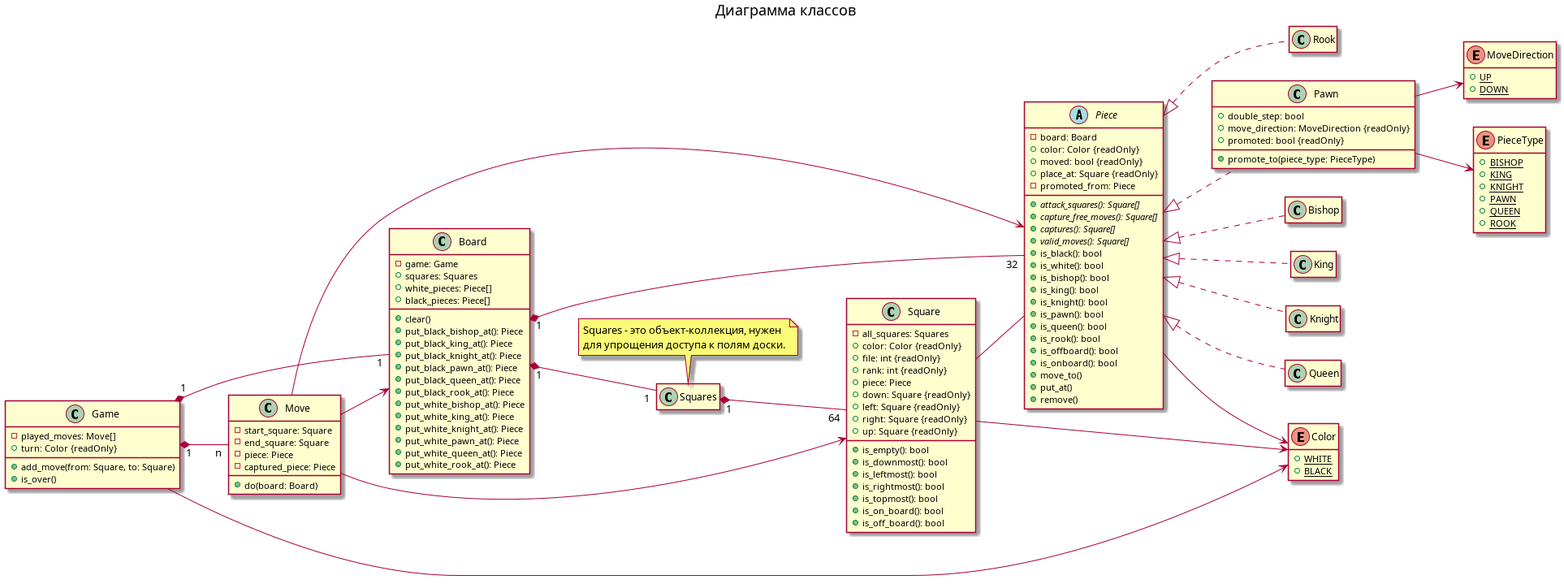
The PlantUML diagram docs/chess.png in jaeshaed/531-chess, before a commit. Its source is kept beside it as docs/chess.puml.
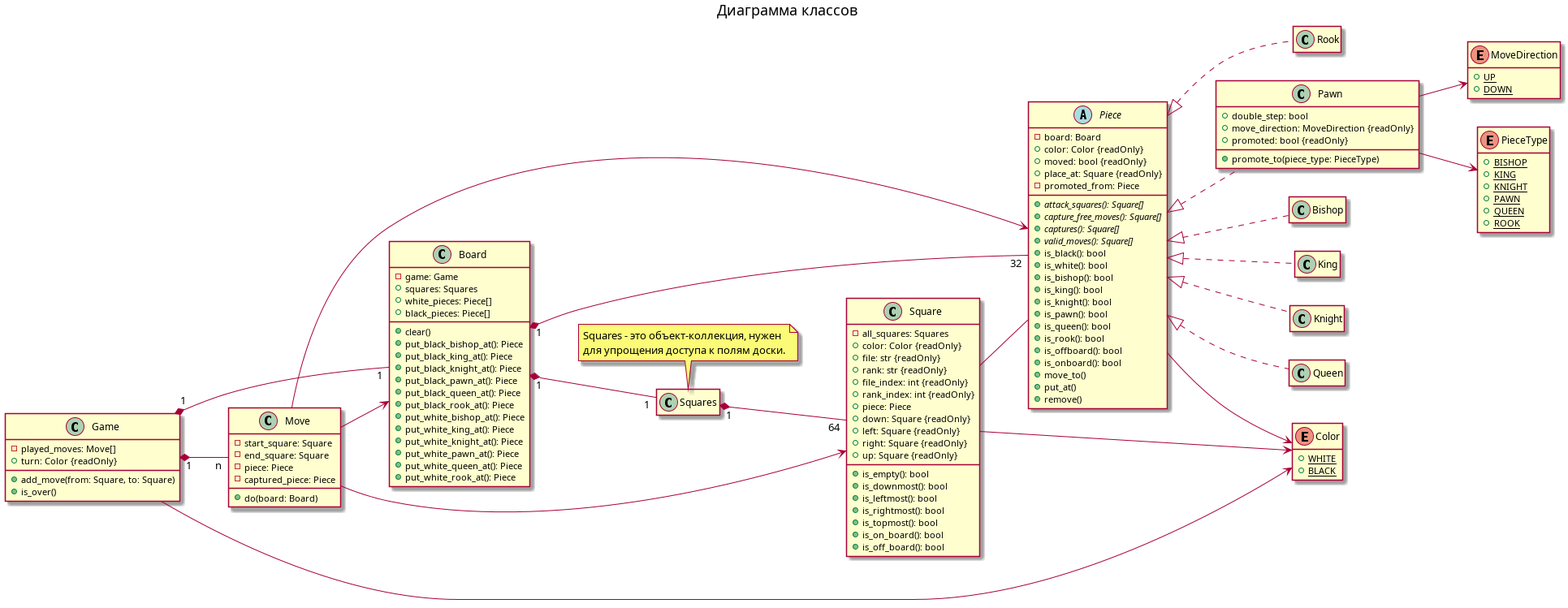
After the change.

Commit message:
Обновил диаграму классов.

What changed in the source:
```diff
@@ -114,8 +114,10 @@
 class Square {
   -all_squares: Squares
   +color: Color {readOnly}
-  +file: int {readOnly}
-  +rank: int {readOnly}
+  +file: str {readOnly}
+  +rank: str {readOnly}
+  +file_index: int {readOnly}
+  +rank_index: int {readOnly}
   +piece: Piece
   +down: Square {readOnly}
   +left: Square {readOnly}
```
